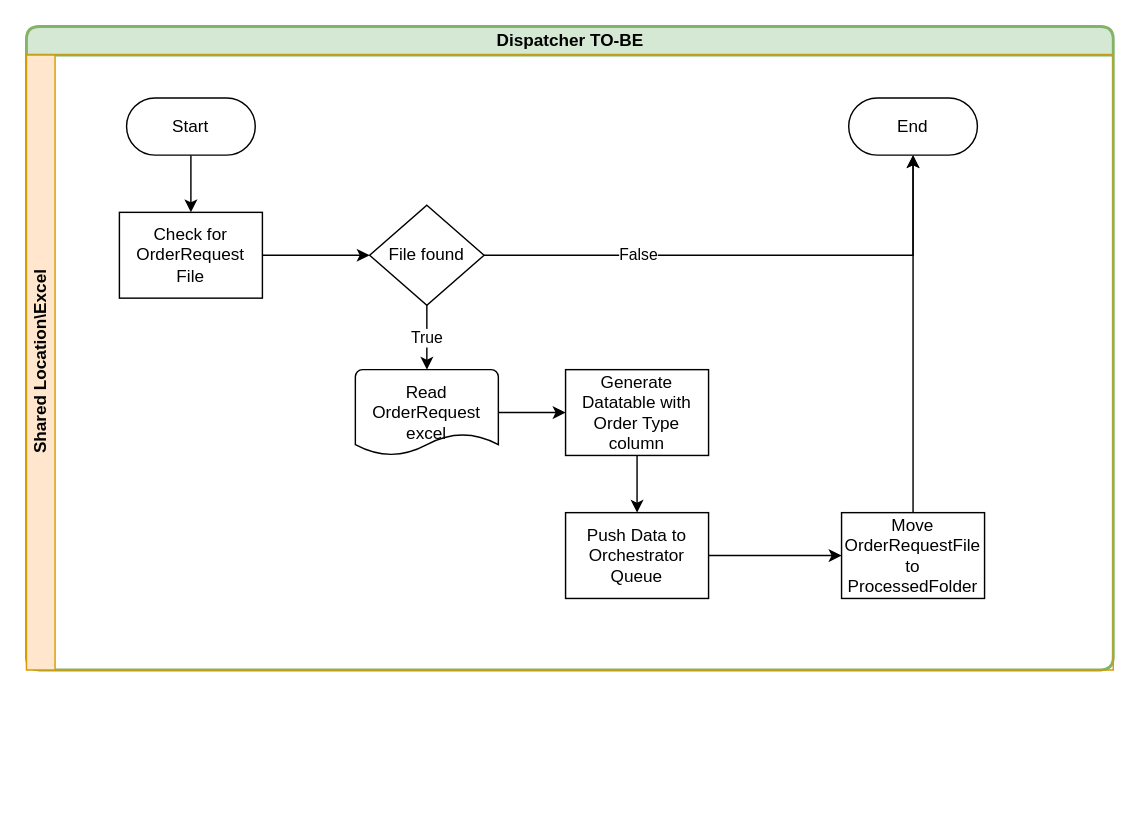
Above: page "Dispatcher To-BE" (4 of 4) of _layouts/Untitled Diagram.drawio in Neha92/github-slideshow (draw.io), before the change. Source tidied: cells renumbered, new cells numbered last; positions are measured from the earlier drawing's top-left corner, leaving out a move shared by most shapes. Both pictures are drawn from the tidied source at 143%, with x=0, y=0 at pixel (26, 26).
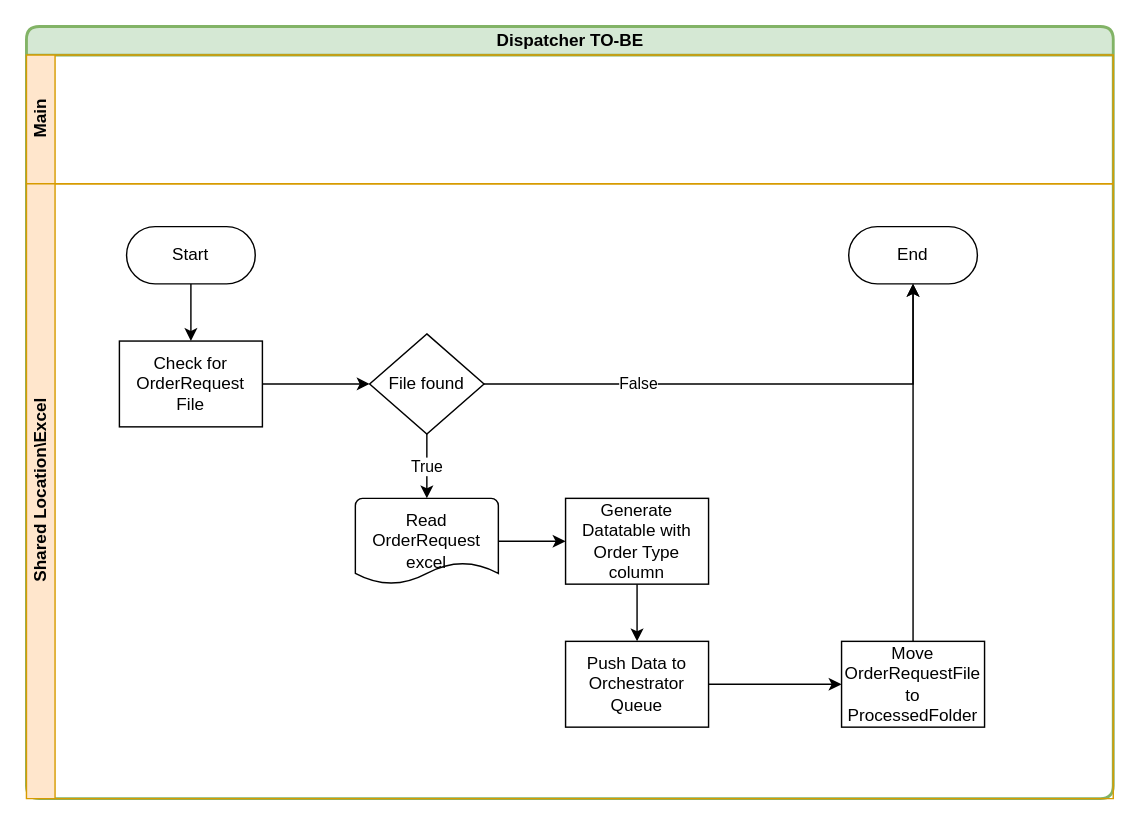
Above is the later version.

What changed in the source:
```diff
@@
     <mxCell id="2" value="&lt;span&gt;Dispatcher TO-BE&lt;/span&gt;" style="swimlane;html=1;horizontal=1;startSize=20;rounded=1;strokeColor=#82b366;strokeWidth=2;fillColor=#d5e8d4;labelBorderColor=none;" parent="1" vertex="1">
-      <mxGeometry width="760" height="450" as="geometry" />
+      <mxGeometry width="760" height="540" as="geometry" />
     </mxCell>
-    <mxCell id="3" value="Shared Location\Excel" style="swimlane;html=1;startSize=20;horizontal=0;fillColor=#ffe6cc;strokeColor=#d79b00;" parent="2" vertex="1">
-      <mxGeometry y="20" width="760" height="430" as="geometry" />
+    <mxCell id="3" value="Main" style="swimlane;html=1;startSize=20;horizontal=0;fillColor=#ffe6cc;strokeColor=#d79b00;" parent="2" vertex="1">
+      <mxGeometry y="20" width="760" height="90" as="geometry" />
     </mxCell>
+    <mxCell id="21" value="Shared Location\Excel" style="swimlane;html=1;startSize=20;horizontal=0;fillColor=#ffe6cc;strokeColor=#d79b00;" parent="2" vertex="1">
+      <mxGeometry y="110" width="760" height="430" as="geometry" />
+    </mxCell>
-    <mxCell id="4" style="edgeStyle=orthogonalEdgeStyle;rounded=0;jettySize=auto;html=1;exitX=0.5;exitY=1;exitDx=0;exitDy=0;entryX=0.5;entryY=0;entryDx=0;entryDy=0;" parent="3" edge="1" source="5" target="8">
+    <mxCell id="4" style="edgeStyle=orthogonalEdgeStyle;rounded=0;jettySize=auto;html=1;exitX=0.5;exitY=1;exitDx=0;exitDy=0;entryX=0.5;entryY=0;entryDx=0;entryDy=0;" parent="21" edge="1" source="5" target="8">
       <mxGeometry relative="1" as="geometry" />
     </mxCell>
-    <mxCell id="5" value="Start" style="rounded=1;whiteSpace=wrap;html=1;arcSize=50;" parent="3" vertex="1">
+    <mxCell id="5" value="Start" style="rounded=1;whiteSpace=wrap;html=1;arcSize=50;" parent="21" vertex="1">
       <mxGeometry x="70" y="30" width="90" height="40" as="geometry" />
     </mxCell>
-    <mxCell id="6" value="End" style="rounded=1;whiteSpace=wrap;html=1;arcSize=50;" parent="3" vertex="1">
+    <mxCell id="6" value="End" style="rounded=1;whiteSpace=wrap;html=1;arcSize=50;" parent="21" vertex="1">
       <mxGeometry x="575" y="30" width="90" height="40" as="geometry" />
     </mxCell>
-    <mxCell id="7" style="edgeStyle=orthogonalEdgeStyle;rounded=0;jettySize=auto;html=1;exitX=1;exitY=0.5;exitDx=0;exitDy=0;entryX=0;entryY=0.5;entryDx=0;entryDy=0;entryPerimeter=0;" parent="3" edge="1" source="8" target="12">
+    <mxCell id="7" style="edgeStyle=orthogonalEdgeStyle;rounded=0;jettySize=auto;html=1;exitX=1;exitY=0.5;exitDx=0;exitDy=0;entryX=0;entryY=0.5;entryDx=0;entryDy=0;entryPerimeter=0;" parent="21" edge="1" source="8" target="12">
       <mxGeometry relative="1" as="geometry" />
     </mxCell>
-    <mxCell id="8" value="Check for OrderRequest File" style="rounded=0;whiteSpace=wrap;html=1;" parent="3" vertex="1">
+    <mxCell id="8" value="Check for OrderRequest File" style="rounded=0;whiteSpace=wrap;html=1;" parent="21" vertex="1">
       <mxGeometry x="65" y="110" width="100" height="60" as="geometry" />
     </mxCell>
-    <mxCell id="9" style="edgeStyle=orthogonalEdgeStyle;rounded=0;jettySize=auto;html=1;exitX=1;exitY=0.5;exitDx=0;exitDy=0;exitPerimeter=0;" parent="3" edge="1" source="12" target="6">
+    <mxCell id="9" style="edgeStyle=orthogonalEdgeStyle;rounded=0;jettySize=auto;html=1;exitX=1;exitY=0.5;exitDx=0;exitDy=0;exitPerimeter=0;" parent="21" edge="1" source="12" target="6">
       <mxGeometry relative="1" as="geometry" />
     </mxCell>
@@
-    <mxCell id="11" value="True" style="edgeStyle=orthogonalEdgeStyle;rounded=0;jettySize=auto;html=1;exitX=0.5;exitY=1;exitDx=0;exitDy=0;exitPerimeter=0;entryX=0.5;entryY=0;entryDx=0;entryDy=0;entryPerimeter=0;" parent="3" edge="1" source="12" target="14">
+    <mxCell id="11" value="True" style="edgeStyle=orthogonalEdgeStyle;rounded=0;jettySize=auto;html=1;exitX=0.5;exitY=1;exitDx=0;exitDy=0;exitPerimeter=0;entryX=0.5;entryY=0;entryDx=0;entryDy=0;entryPerimeter=0;" parent="21" edge="1" source="12" target="14">
       <mxGeometry relative="1" as="geometry" />
     </mxCell>
-    <mxCell id="12" value="File found" style="strokeWidth=1;html=1;shape=mxgraph.flowchart.decision;whiteSpace=wrap;rounded=1;" parent="3" vertex="1">
+    <mxCell id="12" value="File found" style="strokeWidth=1;html=1;shape=mxgraph.flowchart.decision;whiteSpace=wrap;rounded=1;" parent="21" vertex="1">
       <mxGeometry x="240" y="105" width="80" height="70" as="geometry" />
     </mxCell>
-    <mxCell id="13" style="edgeStyle=orthogonalEdgeStyle;rounded=0;jettySize=auto;html=1;exitX=1;exitY=0.5;exitDx=0;exitDy=0;exitPerimeter=0;entryX=0;entryY=0.5;entryDx=0;entryDy=0;" parent="3" edge="1" source="14" target="16">
+    <mxCell id="13" style="edgeStyle=orthogonalEdgeStyle;rounded=0;jettySize=auto;html=1;exitX=1;exitY=0.5;exitDx=0;exitDy=0;exitPerimeter=0;entryX=0;entryY=0.5;entryDx=0;entryDy=0;" parent="21" edge="1" source="14" target="16">
       <mxGeometry relative="1" as="geometry" />
     </mxCell>
-    <mxCell id="14" value="Read OrderRequest excel" style="strokeWidth=1;html=1;shape=mxgraph.flowchart.document2;whiteSpace=wrap;size=0.25;rounded=1;" parent="3" vertex="1">
+    <mxCell id="14" value="Read OrderRequest excel" style="strokeWidth=1;html=1;shape=mxgraph.flowchart.document2;whiteSpace=wrap;size=0.25;rounded=1;" parent="21" vertex="1">
       <mxGeometry x="230" y="220" width="100" height="60" as="geometry" />
     </mxCell>
-    <mxCell id="15" style="edgeStyle=orthogonalEdgeStyle;rounded=0;jettySize=auto;html=1;exitX=0.5;exitY=1;exitDx=0;exitDy=0;" parent="3" edge="1" source="16" target="18">
+    <mxCell id="15" style="edgeStyle=orthogonalEdgeStyle;rounded=0;jettySize=auto;html=1;exitX=0.5;exitY=1;exitDx=0;exitDy=0;" parent="21" edge="1" source="16" target="18">
       <mxGeometry relative="1" as="geometry" />
     </mxCell>
-    <mxCell id="16" value="Generate Datatable with Order Type column" style="rounded=0;whiteSpace=wrap;html=1;" parent="3" vertex="1">
+    <mxCell id="16" value="Generate Datatable with Order Type column" style="rounded=0;whiteSpace=wrap;html=1;" parent="21" vertex="1">
       <mxGeometry x="377" y="220" width="100" height="60" as="geometry" />
     </mxCell>
-    <mxCell id="17" style="edgeStyle=orthogonalEdgeStyle;rounded=0;jettySize=auto;html=1;exitX=1;exitY=0.5;exitDx=0;exitDy=0;" parent="3" edge="1" source="18" target="20">
+    <mxCell id="17" style="edgeStyle=orthogonalEdgeStyle;rounded=0;jettySize=auto;html=1;exitX=1;exitY=0.5;exitDx=0;exitDy=0;" parent="21" edge="1" source="18" target="20">
       <mxGeometry relative="1" as="geometry" />
     </mxCell>
-    <mxCell id="18" value="Push Data to Orchestrator Queue" style="rounded=0;whiteSpace=wrap;html=1;" parent="3" vertex="1">
+    <mxCell id="18" value="Push Data to Orchestrator Queue" style="rounded=0;whiteSpace=wrap;html=1;" parent="21" vertex="1">
       <mxGeometry x="377" y="320" width="100" height="60" as="geometry" />
     </mxCell>
-    <mxCell id="19" style="edgeStyle=orthogonalEdgeStyle;rounded=0;jettySize=auto;html=1;exitX=0.5;exitY=0;exitDx=0;exitDy=0;entryX=0.5;entryY=1;entryDx=0;entryDy=0;" parent="3" edge="1" source="20" target="6">
+    <mxCell id="19" style="edgeStyle=orthogonalEdgeStyle;rounded=0;jettySize=auto;html=1;exitX=0.5;exitY=0;exitDx=0;exitDy=0;entryX=0.5;entryY=1;entryDx=0;entryDy=0;" parent="21" edge="1" source="20" target="6">
       <mxGeometry relative="1" as="geometry" />
     </mxCell>
-    <mxCell id="20" value="Move OrderRequestFile to ProcessedFolder" style="rounded=0;whiteSpace=wrap;html=1;" parent="3" vertex="1">
+    <mxCell id="20" value="Move OrderRequestFile to ProcessedFolder" style="rounded=0;whiteSpace=wrap;html=1;" parent="21" vertex="1">
       <mxGeometry x="570" y="320" width="100" height="60" as="geometry" />
     </mxCell>
```
